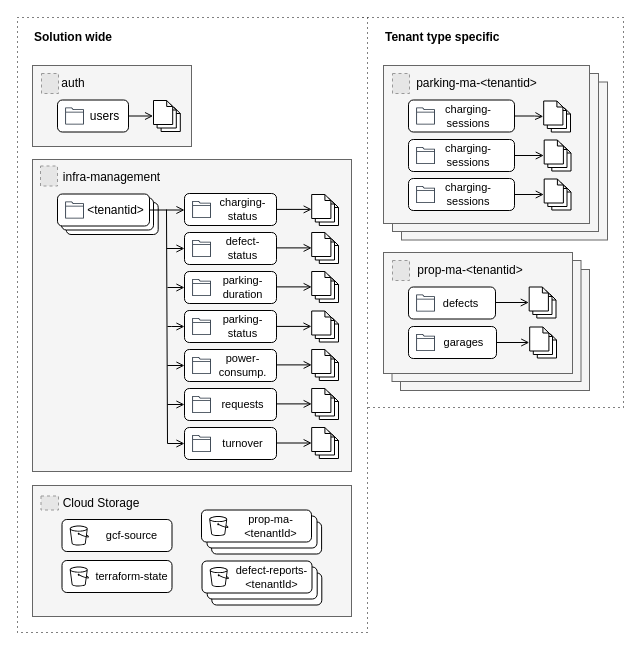
The draw.io diagram docs/final_submission/resources/data-model.drawio in HTWG-Zeugs/park, before the edit. Source tidied: cells renumbered, new cells numbered last; positions are measured from the earlier drawing's top-left corner, leaving out a move shared by most shapes. Both pictures are drawn from the tidied source at 100%, with x=0, y=0 at pixel (17, 17). Pictures stored in the file or linked from it are replaced by grey dashed boxes.
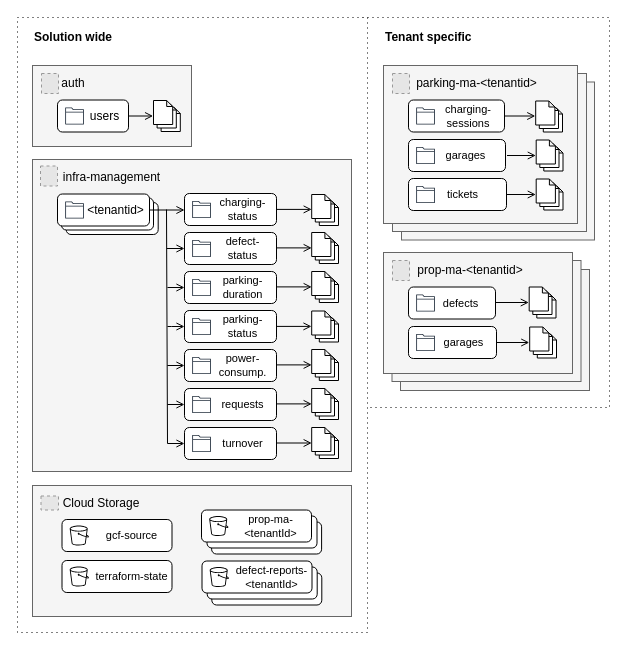
Above is the later version.

Diff of the diagram source:
```diff
@@
     <mxCell id="2" style="rounded=0;whiteSpace=wrap;html=1;dashed=1;dashPattern=1 4;" parent="1" vertex="1">
-      <mxGeometry x="345" width="261" height="390" as="geometry" />
+      <mxGeometry x="345" width="247" height="390" as="geometry" />
     </mxCell>
@@
     <mxCell id="11" style="rounded=0;whiteSpace=wrap;html=1;fillColor=#f5f5f5;fontColor=#333333;strokeColor=#666666;" parent="1" vertex="1">
-      <mxGeometry x="384" y="64.5" width="206" height="158" as="geometry" />
+      <mxGeometry x="384" y="64.5" width="193" height="158" as="geometry" />
     </mxCell>
     <mxCell id="12" style="rounded=0;whiteSpace=wrap;html=1;fillColor=#f5f5f5;fontColor=#333333;strokeColor=#666666;" parent="1" vertex="1">
-      <mxGeometry x="375" y="56" width="206" height="158" as="geometry" />
+      <mxGeometry x="375" y="56" width="194" height="158" as="geometry" />
     </mxCell>
@@
     <mxCell id="85" style="rounded=0;whiteSpace=wrap;html=1;fillColor=#f5f5f5;fontColor=#333333;strokeColor=#666666;" parent="1" vertex="1">
-      <mxGeometry x="366" y="48" width="206" height="158" as="geometry" />
+      <mxGeometry x="366" y="48" width="194" height="158" as="geometry" />
     </mxCell>
@@
-    <mxCell id="87" style="edgeStyle=orthogonalEdgeStyle;rounded=0;jettySize=auto;html=1;entryX=-0.021;entryY=0.646;entryDx=0;entryDy=0;entryPerimeter=0;endArrow=open;endFill=0;" parent="1" edge="1" source="88" target="93">
-      <mxGeometry relative="1" as="geometry" />
+    <mxCell id="87" style="edgeStyle=orthogonalEdgeStyle;rounded=0;jettySize=auto;html=1;entryX=-0.021;entryY=0.646;entryDx=0;entryDy=0;entryPerimeter=0;endArrow=open;endFill=0;" parent="1" edge="1" target="93">
+      <mxGeometry relative="1" as="geometry">
+        <mxPoint x="479" y="98.5" as="sourcePoint" />
+      </mxGeometry>
     </mxCell>
     <mxCell id="88" style="rounded=1;whiteSpace=wrap;html=1;" parent="1" vertex="1">
-      <mxGeometry x="391" y="82.5" width="106" height="32" as="geometry" />
+      <mxGeometry x="391" y="82.5" width="96" height="32" as="geometry" />
     </mxCell>
@@
     <mxCell id="91" style="shape=note;whiteSpace=wrap;html=1;backgroundOutline=1;darkOpacity=0.05;size=6;" parent="1" vertex="1">
-      <mxGeometry x="533.8" y="90.5" width="19.2" height="24" as="geometry" />
+      <mxGeometry x="525.8" y="90.5" width="19.2" height="24" as="geometry" />
     </mxCell>
     <mxCell id="92" style="shape=note;whiteSpace=wrap;html=1;backgroundOutline=1;darkOpacity=0.05;size=6;" parent="1" vertex="1">
-      <mxGeometry x="529.8" y="87" width="19.2" height="24" as="geometry" />
+      <mxGeometry x="521.8" y="87" width="19.2" height="24" as="geometry" />
     </mxCell>
     <mxCell id="93" style="shape=note;whiteSpace=wrap;html=1;backgroundOutline=1;darkOpacity=0.05;size=6;" parent="1" vertex="1">
-      <mxGeometry x="526.2" y="83.5" width="19.2" height="24" as="geometry" />
+      <mxGeometry x="518.2" y="83.5" width="19.2" height="24" as="geometry" />
     </mxCell>
     <mxCell id="94" style="rounded=1;whiteSpace=wrap;html=1;" parent="1" vertex="1">
-      <mxGeometry x="391" y="122" width="106" height="32" as="geometry" />
+      <mxGeometry x="391" y="122" width="97" height="32" as="geometry" />
     </mxCell>
@@
-    <mxCell id="96" value="charging-sessions" style="text;html=1;align=center;verticalAlign=middle;whiteSpace=wrap;rounded=0;fontSize=11;" parent="1" vertex="1">
-      <mxGeometry x="419.3" y="128" width="63.7" height="20" as="geometry" />
+    <mxCell id="96" value="garages" style="text;html=1;align=center;verticalAlign=middle;whiteSpace=wrap;rounded=0;fontSize=11;" parent="1" vertex="1">
+      <mxGeometry x="419.3" y="128" width="58.7" height="20" as="geometry" />
     </mxCell>
     <mxCell id="97" style="rounded=1;whiteSpace=wrap;html=1;" parent="1" vertex="1">
-      <mxGeometry x="391" y="161" width="106" height="32" as="geometry" />
+      <mxGeometry x="391" y="161" width="98" height="32" as="geometry" />
     </mxCell>
@@
-    <mxCell id="99" value="charging-sessions" style="text;html=1;align=center;verticalAlign=middle;whiteSpace=wrap;rounded=0;fontSize=11;" parent="1" vertex="1">
-      <mxGeometry x="419.3" y="167" width="63.7" height="20" as="geometry" />
+    <mxCell id="99" value="tickets" style="text;html=1;align=center;verticalAlign=middle;whiteSpace=wrap;rounded=0;fontSize=11;" parent="1" vertex="1">
+      <mxGeometry x="419.3" y="167" width="52.7" height="20" as="geometry" />
     </mxCell>
     <mxCell id="100" style="edgeStyle=orthogonalEdgeStyle;rounded=0;jettySize=auto;html=1;entryX=-0.021;entryY=0.646;entryDx=0;entryDy=0;entryPerimeter=0;endArrow=open;endFill=0;" parent="1" edge="1" target="103">
       <mxGeometry relative="1" as="geometry">
-        <mxPoint x="497.5" y="138" as="sourcePoint" />
+        <mxPoint x="489.5" y="138" as="sourcePoint" />
       </mxGeometry>
     </mxCell>
     <mxCell id="101" style="shape=note;whiteSpace=wrap;html=1;backgroundOutline=1;darkOpacity=0.05;size=6;" parent="1" vertex="1">
-      <mxGeometry x="534.3" y="129.5" width="19.2" height="24" as="geometry" />
+      <mxGeometry x="526.3" y="129.5" width="19.2" height="24" as="geometry" />
     </mxCell>
     <mxCell id="102" style="shape=note;whiteSpace=wrap;html=1;backgroundOutline=1;darkOpacity=0.05;size=6;" parent="1" vertex="1">
-      <mxGeometry x="530.3" y="126" width="19.2" height="24" as="geometry" />
+      <mxGeometry x="522.3" y="126" width="19.2" height="24" as="geometry" />
     </mxCell>
     <mxCell id="103" style="shape=note;whiteSpace=wrap;html=1;backgroundOutline=1;darkOpacity=0.05;size=6;" parent="1" vertex="1">
-      <mxGeometry x="526.7" y="122.5" width="19.2" height="24" as="geometry" />
+      <mxGeometry x="518.7" y="122.5" width="19.2" height="24" as="geometry" />
     </mxCell>
     <mxCell id="104" style="edgeStyle=orthogonalEdgeStyle;rounded=0;jettySize=auto;html=1;entryX=-0.021;entryY=0.646;entryDx=0;entryDy=0;entryPerimeter=0;endArrow=open;endFill=0;" parent="1" edge="1" target="107">
       <mxGeometry relative="1" as="geometry">
-        <mxPoint x="497.5" y="177" as="sourcePoint" />
+        <mxPoint x="489.5" y="177" as="sourcePoint" />
       </mxGeometry>
     </mxCell>
     <mxCell id="105" style="shape=note;whiteSpace=wrap;html=1;backgroundOutline=1;darkOpacity=0.05;size=6;" parent="1" vertex="1">
-      <mxGeometry x="534.3" y="168.5" width="19.2" height="24" as="geometry" />
+      <mxGeometry x="526.3" y="168.5" width="19.2" height="24" as="geometry" />
     </mxCell>
     <mxCell id="106" style="shape=note;whiteSpace=wrap;html=1;backgroundOutline=1;darkOpacity=0.05;size=6;" parent="1" vertex="1">
-      <mxGeometry x="530.3" y="165" width="19.2" height="24" as="geometry" />
+      <mxGeometry x="522.3" y="165" width="19.2" height="24" as="geometry" />
     </mxCell>
     <mxCell id="107" style="shape=note;whiteSpace=wrap;html=1;backgroundOutline=1;darkOpacity=0.05;size=6;" parent="1" vertex="1">
-      <mxGeometry x="526.7" y="161.5" width="19.2" height="24" as="geometry" />
+      <mxGeometry x="518.7" y="161.5" width="19.2" height="24" as="geometry" />
     </mxCell>
@@
-    <mxCell id="125" value="Tenant type specific" style="text;html=1;align=left;verticalAlign=middle;whiteSpace=wrap;rounded=0;fontStyle=1;" parent="1" vertex="1">
+    <mxCell id="125" value="Tenant specific" style="text;html=1;align=left;verticalAlign=middle;whiteSpace=wrap;rounded=0;fontStyle=1;" parent="1" vertex="1">
       <mxGeometry x="366" y="5" width="136" height="30" as="geometry" />
     </mxCell>
```
